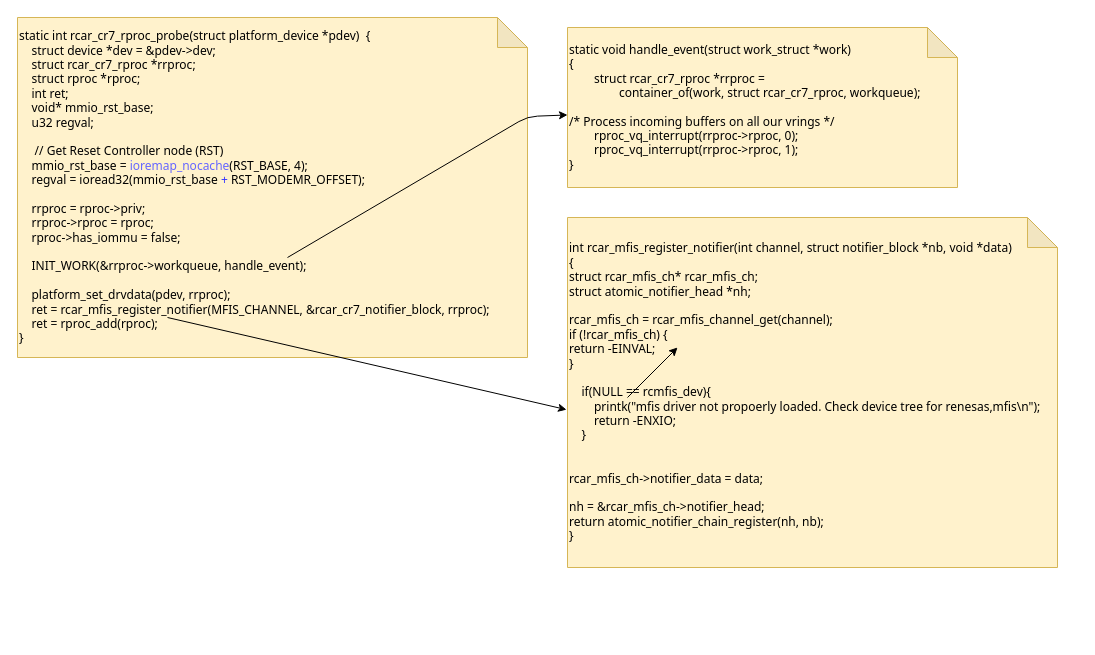
Above: Untitled Diagram.drawio in LearnigF/ARM-Linux-Drivers-Develop (draw.io), before the change. Source tidied: cells renumbered, new cells numbered last; positions are measured from the earlier drawing's top-left corner, leaving out a move shared by most shapes. Both pictures are drawn from the tidied source at 100%, with x=0, y=0 at pixel (17, 17).
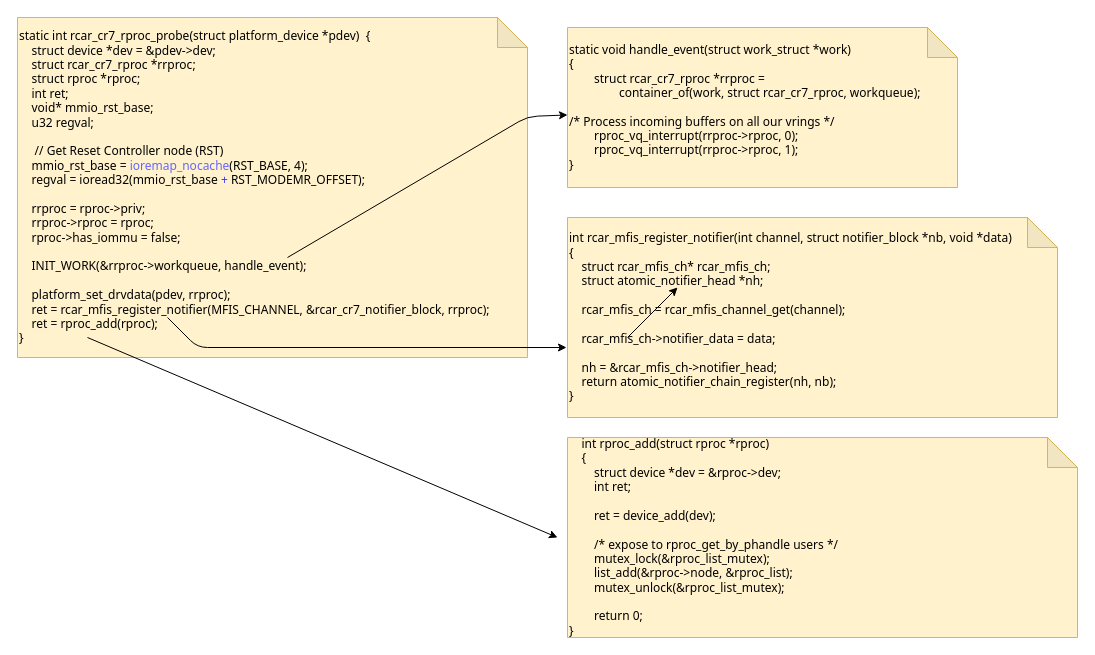
After the change.

What changed in the source:
```diff
@@
 <mxGraphModel>
   <root>
     <mxCell id="0" />
     <mxCell id="1" parent="0" />
     <mxCell id="2" value="&lt;span&gt;static int rcar_cr7_rproc_probe(struct platform_device *pdev)&amp;nbsp; {&lt;/span&gt;&lt;br&gt;&lt;span&gt;&amp;nbsp; &amp;nbsp;&amp;nbsp;&lt;/span&gt;&lt;span&gt;struct device *dev = &amp;amp;pdev-&amp;gt;dev;&lt;/span&gt;&lt;div&gt;&amp;nbsp; &amp;nbsp; struct rcar_cr7_rproc *rrproc;&lt;/div&gt;&lt;div&gt;&amp;nbsp; &amp;nbsp; struct rproc *rproc;&lt;/div&gt;&lt;div&gt;&amp;nbsp; &amp;nbsp; int ret;&lt;/div&gt;&lt;div&gt;&amp;nbsp; &amp;nbsp; void* mmio_rst_base;&amp;nbsp;&lt;/div&gt;&lt;div&gt;&amp;nbsp; &amp;nbsp; u32 regval;&lt;/div&gt;&lt;br&gt;&lt;span&gt;&amp;nbsp; &amp;nbsp;&amp;nbsp;&lt;/span&gt;&lt;span&gt; &lt;/span&gt;&lt;span&gt;// Get Reset Controller node (RST)&lt;/span&gt;&lt;div&gt;&amp;nbsp; &amp;nbsp; mmio_rst_base =&amp;nbsp;&lt;font color=&quot;#6666ff&quot;&gt;ioremap_nocache&lt;/font&gt;(RST_BASE, 4);&lt;/div&gt;&lt;div&gt;&amp;nbsp; &amp;nbsp; regval = ioread32(mmio_rst_base&lt;font color=&quot;#3333ff&quot;&gt;&amp;nbsp;+&lt;/font&gt;&amp;nbsp;RST_MODEMR_OFFSET);&lt;/div&gt;&lt;br&gt;&lt;span&gt;&amp;nbsp; &amp;nbsp;&amp;nbsp;&lt;/span&gt;&lt;span&gt;rrproc = rproc-&amp;gt;priv;&lt;/span&gt;&lt;div&gt;&amp;nbsp; &amp;nbsp; rrproc-&amp;gt;rproc = rproc;&lt;/div&gt;&lt;div&gt;&amp;nbsp; &amp;nbsp; rproc-&amp;gt;has_iommu = false;&lt;/div&gt;&lt;br&gt;&lt;span&gt;&amp;nbsp; &amp;nbsp;&amp;nbsp;INIT_WORK(&amp;amp;rrproc-&amp;gt;workqueue, handle_event);&lt;/span&gt;&lt;br&gt;&lt;span&gt;&amp;nbsp; &amp;nbsp;&amp;nbsp;&lt;/span&gt;&lt;br&gt;&lt;span&gt;&amp;nbsp; &amp;nbsp;&amp;nbsp;&lt;/span&gt;&lt;span&gt;platform_set_drvdata(pdev, rrproc);&lt;br&gt;&lt;/span&gt;&lt;div&gt;&amp;nbsp; &amp;nbsp; ret = rcar_mfis_register_notifier(MFIS_CHANNEL, &amp;amp;rcar_cr7_notifier_block, rrproc);&lt;/div&gt;&lt;span&gt;&amp;nbsp; &amp;nbsp;&amp;nbsp;ret = rproc_add(rproc);&lt;/span&gt;&lt;br&gt;&lt;span&gt;}&lt;/span&gt;" style="shape=note;whiteSpace=wrap;html=1;backgroundOutline=1;darkOpacity=0.05;labelBackgroundColor=none;fontFamily=Tahoma;align=left;fillColor=#fff2cc;strokeColor=#d6b656;" parent="1" vertex="1">
       <mxGeometry width="510" height="340" as="geometry" />
     </mxCell>
     <mxCell id="3" style="endArrow=classic;html=1;fontFamily=Tahoma;" parent="1" edge="1" target="4">
       <mxGeometry relative="1" as="geometry">
         <mxPoint x="270" y="240" as="sourcePoint" />
         <Array as="points">
           <mxPoint x="510" y="99" />
         </Array>
       </mxGeometry>
     </mxCell>
     <mxCell id="4" value="&lt;div&gt;static void handle_event(struct work_struct *work)&lt;/div&gt;&lt;div&gt;{&lt;/div&gt;&lt;div&gt;&amp;nbsp; &amp;nbsp; &amp;nbsp; &amp;nbsp; struct rcar_cr7_rproc *rrproc =&lt;/div&gt;&lt;div&gt;&amp;nbsp; &amp;nbsp; &amp;nbsp; &amp;nbsp; &amp;nbsp; &amp;nbsp; &amp;nbsp; &amp;nbsp; container_of(work, struct rcar_cr7_rproc, workqueue);&lt;/div&gt;&lt;div&gt;&lt;br&gt;&lt;/div&gt;&lt;div&gt;&lt;span&gt; &lt;/span&gt;/* Process incoming buffers on all our vrings */&lt;/div&gt;&lt;div&gt;&amp;nbsp; &amp;nbsp; &amp;nbsp; &amp;nbsp; rproc_vq_interrupt(rrproc-&amp;gt;rproc, 0);&lt;/div&gt;&lt;div&gt;&amp;nbsp; &amp;nbsp; &amp;nbsp; &amp;nbsp; rproc_vq_interrupt(rrproc-&amp;gt;rproc, 1);&lt;/div&gt;&lt;div&gt;}&lt;/div&gt;" style="shape=note;whiteSpace=wrap;html=1;backgroundOutline=1;darkOpacity=0.05;labelBackgroundColor=none;fontFamily=Tahoma;align=left;fillColor=#fff2cc;strokeColor=#d6b656;" parent="1" vertex="1">
       <mxGeometry x="550" y="10" width="390" height="160" as="geometry" />
     </mxCell>
-    <mxCell id="5" value="&lt;div&gt;&lt;div&gt;int rcar_mfis_register_notifier(int channel, struct notifier_block *nb, void *data)&lt;/div&gt;&lt;div&gt;{&lt;/div&gt;&lt;div&gt;&lt;span&gt; &lt;/span&gt;struct rcar_mfis_ch* rcar_mfis_ch;&lt;/div&gt;&lt;div&gt;&lt;span&gt; &lt;/span&gt;struct atomic_notifier_head *nh;&lt;/div&gt;&lt;div&gt;&lt;br&gt;&lt;/div&gt;&lt;div&gt;&lt;span&gt; &lt;/span&gt;rcar_mfis_ch = rcar_mfis_channel_get(channel);&lt;/div&gt;&lt;div&gt;&lt;span&gt; &lt;/span&gt;if (!rcar_mfis_ch) {&lt;/div&gt;&lt;div&gt;&lt;span&gt;  &lt;/span&gt;return -EINVAL;&lt;/div&gt;&lt;div&gt;&lt;span&gt; &lt;/span&gt;}&lt;/div&gt;&lt;div&gt;&amp;nbsp; &amp;nbsp;&amp;nbsp;&lt;/div&gt;&lt;div&gt;&amp;nbsp; &amp;nbsp; if(NULL == rcmfis_dev){&lt;/div&gt;&lt;div&gt;&amp;nbsp; &amp;nbsp; &amp;nbsp; &amp;nbsp; printk(&quot;mfis driver not propoerly loaded. Check device tree for renesas,mfis\n&quot;);&lt;/div&gt;&lt;div&gt;&amp;nbsp; &amp;nbsp; &amp;nbsp; &amp;nbsp; return -ENXIO;&lt;/div&gt;&lt;div&gt;&amp;nbsp; &amp;nbsp; }&lt;/div&gt;&lt;div&gt;&amp;nbsp; &amp;nbsp;&amp;nbsp;&lt;/div&gt;&lt;div&gt;&lt;br&gt;&lt;/div&gt;&lt;div&gt;&lt;span&gt; &lt;/span&gt;rcar_mfis_ch-&amp;gt;notifier_data = data;&lt;/div&gt;&lt;div&gt;&lt;br&gt;&lt;/div&gt;&lt;div&gt;&lt;span&gt; &lt;/span&gt;nh = &amp;amp;rcar_mfis_ch-&amp;gt;notifier_head;&lt;/div&gt;&lt;div&gt;&lt;span&gt; &lt;/span&gt;return atomic_notifier_chain_register(nh, nb);&lt;/div&gt;&lt;/div&gt;&lt;div&gt;}&lt;/div&gt;" style="shape=note;whiteSpace=wrap;html=1;backgroundOutline=1;darkOpacity=0.05;labelBackgroundColor=none;fontFamily=Tahoma;align=left;fillColor=#fff2cc;strokeColor=#d6b656;" parent="1" vertex="1">
-      <mxGeometry x="550" y="200" width="490" height="350" as="geometry" />
+    <mxCell id="5" value="&lt;div&gt;int rcar_mfis_register_notifier(int channel, struct notifier_block *nb, void *data)&lt;/div&gt;&lt;div&gt;{&lt;/div&gt;&lt;div&gt;&amp;nbsp; &amp;nbsp; struct rcar_mfis_ch* rcar_mfis_ch;&lt;/div&gt;&lt;div&gt;&amp;nbsp; &amp;nbsp; struct atomic_notifier_head *nh;&lt;/div&gt;&lt;div&gt;&lt;br&gt;&lt;/div&gt;&lt;div&gt;&amp;nbsp; &amp;nbsp; rcar_mfis_ch = rcar_mfis_channel_get(channel);&lt;/div&gt;&lt;div&gt;&lt;br&gt;&lt;/div&gt;&lt;div&gt;&amp;nbsp; &amp;nbsp; rcar_mfis_ch-&amp;gt;notifier_data = data;&lt;/div&gt;&lt;div&gt;&lt;br&gt;&lt;/div&gt;&lt;div&gt;&amp;nbsp; &amp;nbsp; nh = &amp;amp;rcar_mfis_ch-&amp;gt;notifier_head;&lt;/div&gt;&lt;div&gt;&amp;nbsp; &amp;nbsp; return atomic_notifier_chain_register(nh, nb);&lt;/div&gt;&lt;div&gt;}&lt;/div&gt;" style="shape=note;whiteSpace=wrap;html=1;backgroundOutline=1;darkOpacity=0.05;labelBackgroundColor=none;fontFamily=Tahoma;align=left;fillColor=#fff2cc;strokeColor=#d6b656;" parent="1" vertex="1">
+      <mxGeometry x="550" y="200" width="490" height="200" as="geometry" />
     </mxCell>
-    <mxCell id="6" style="endArrow=classic;html=1;fontFamily=Tahoma;" parent="1" edge="1">
-      <mxGeometry relative="1" as="geometry">
-        <mxPoint x="610" y="380" as="sourcePoint" />
-        <mxPoint x="660" y="330" as="targetPoint" />
-      </mxGeometry>
-    </mxCell>
-    <mxCell id="7" style="endArrow=classic;html=1;fontFamily=Tahoma;entryX=-0.002;entryY=0.549;entryDx=0;entryDy=0;entryPerimeter=0;" parent="1" edge="1" target="5">
+    <mxCell id="7" style="endArrow=classic;html=1;fontFamily=Tahoma;" parent="1" edge="1">
       <mxGeometry relative="1" as="geometry">
         <mxPoint x="150" y="300" as="sourcePoint" />
+        <mxPoint x="549" y="330" as="targetPoint" />
+        <Array as="points">
+          <mxPoint x="180" y="330" />
+        </Array>
       </mxGeometry>
     </mxCell>
+    <mxCell id="8" value="&lt;div&gt;&amp;nbsp; &amp;nbsp; int rproc_add(struct rproc *rproc)&lt;/div&gt;&lt;div&gt;&amp;nbsp; &amp;nbsp; {&lt;/div&gt;&lt;div&gt;&amp;nbsp; &amp;nbsp; &amp;nbsp; &amp;nbsp; struct device *dev = &amp;amp;rproc-&amp;gt;dev;&lt;/div&gt;&lt;div&gt;&amp;nbsp; &amp;nbsp; &amp;nbsp; &amp;nbsp; int ret;&lt;/div&gt;&lt;div&gt;&lt;br&gt;&lt;/div&gt;&lt;div&gt;&amp;nbsp; &amp;nbsp; &amp;nbsp; &amp;nbsp; ret = device_add(dev);&lt;/div&gt;&lt;div&gt;&amp;nbsp; &amp;nbsp; &amp;nbsp; &amp;nbsp;&amp;nbsp;&lt;/div&gt;&lt;div&gt;&amp;nbsp; &amp;nbsp; &amp;nbsp; &amp;nbsp; /* expose to rproc_get_by_phandle users */&lt;/div&gt;&lt;div&gt;&amp;nbsp; &amp;nbsp; &amp;nbsp; &amp;nbsp; mutex_lock(&amp;amp;rproc_list_mutex);&lt;/div&gt;&lt;div&gt;&amp;nbsp; &amp;nbsp; &amp;nbsp; &amp;nbsp; list_add(&amp;amp;rproc-&amp;gt;node, &amp;amp;rproc_list);&lt;/div&gt;&lt;div&gt;&amp;nbsp; &amp;nbsp; &amp;nbsp; &amp;nbsp; mutex_unlock(&amp;amp;rproc_list_mutex);&lt;/div&gt;&lt;div&gt;&lt;br&gt;&lt;/div&gt;&lt;div&gt;&amp;nbsp; &amp;nbsp; &amp;nbsp; &amp;nbsp; return 0;&lt;/div&gt;&lt;div&gt;}&lt;/div&gt;" style="shape=note;whiteSpace=wrap;html=1;backgroundOutline=1;darkOpacity=0.05;labelBackgroundColor=none;fontFamily=Tahoma;align=left;fillColor=#fff2cc;strokeColor=#d6b656;" parent="1" vertex="1">
+      <mxGeometry x="550" y="420" width="510" height="200" as="geometry" />
+    </mxCell>
+    <mxCell id="9" style="endArrow=classic;html=1;fontFamily=Tahoma;" parent="1" edge="1">
+      <mxGeometry relative="1" as="geometry">
+        <mxPoint x="610" y="320" as="sourcePoint" />
+        <mxPoint x="660" y="270" as="targetPoint" />
+      </mxGeometry>
+    </mxCell>
+    <mxCell id="10" style="endArrow=classic;html=1;fontFamily=Tahoma;" parent="1" edge="1">
+      <mxGeometry relative="1" as="geometry">
+        <mxPoint x="70" y="320" as="sourcePoint" />
+        <mxPoint x="540" y="520" as="targetPoint" />
+      </mxGeometry>
+    </mxCell>
   </root>
 </mxGraphModel>
```
